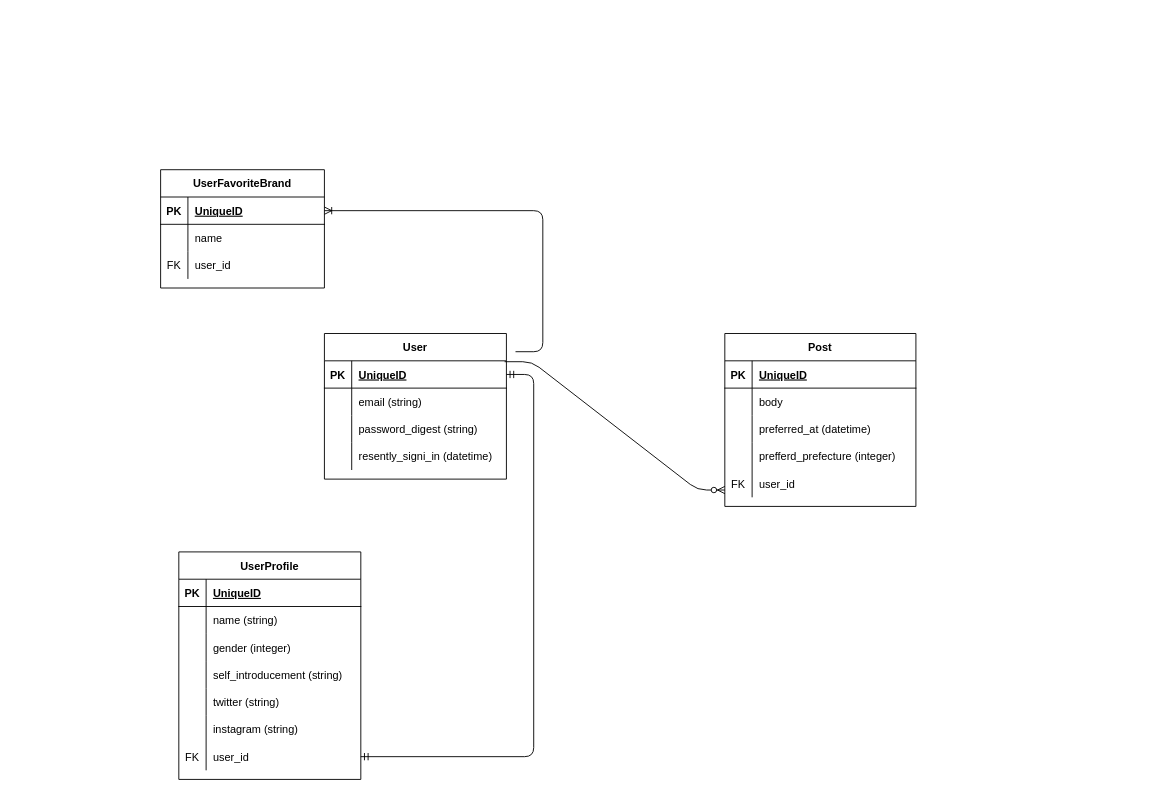
Above: er.drawio in kaze0000/Go-With-Fashion-api (draw.io), before the change. Source tidied: cells renumbered, new cells numbered last; positions are measured from the earlier drawing's top-left corner, leaving out a move shared by most shapes. Both pictures are drawn from the tidied source at 91%, with x=0, y=0 at pixel (160, 169).
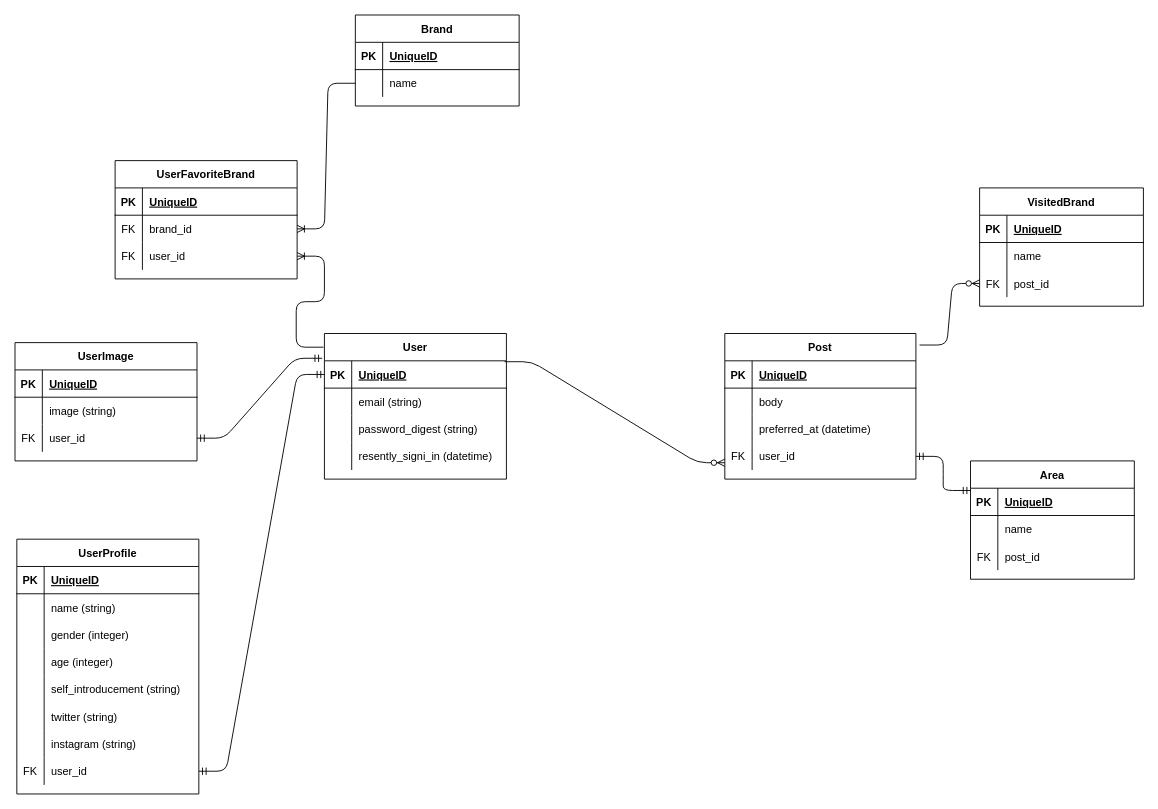
The same page after the edit.

The change refers to these unchanged cells:
```xml
<mxCell id="2" value="User" style="shape=table;startSize=30;childLayout=tableLayout;rowLines=0;fontStyle=1;align=center;" parent="1" vertex="1">
  <mxGeometry x="180" y="180" width="200" height="160" as="geometry" />
</mxCell>
<mxCell id="3" style="shape=partialRectangle;fillColor=none;top=0;left=0;bottom=1;right=0;points=[[0,0.5],[1,0.5]];portConstraint=eastwest;" parent="2" vertex="1">
  <mxGeometry y="30" width="200" height="30" as="geometry" />
</mxCell>
<mxCell id="39" style="shape=partialRectangle;fillColor=none;top=0;left=0;bottom=1;right=0;points=[[0,0.5],[1,0.5]];portConstraint=eastwest;" parent="38" vertex="1">
  <mxGeometry y="30" width="180" height="30" as="geometry" />
</mxCell>
<mxCell id="42" style="shape=partialRectangle;fillColor=none;top=0;left=0;bottom=0;right=0;points=[[0,0.5],[1,0.5]];portConstraint=eastwest;" parent="38" vertex="1">
  <mxGeometry y="60" width="180" height="30" as="geometry" />
</mxCell>
```

What changed in the source:
```diff
@@
     <mxCell id="15" value="UserProfile" style="shape=table;startSize=30;childLayout=tableLayout;rowLines=0;fontStyle=1;align=center;" parent="1" vertex="1">
-      <mxGeometry x="20" y="420" width="200" height="250" as="geometry" />
+      <mxGeometry x="-158" y="406" width="200" height="280" as="geometry" />
     </mxCell>
@@
+    <mxCell id="66" style="shape=partialRectangle;fillColor=none;top=0;left=0;bottom=0;right=0;" parent="15" vertex="1">
+      <mxGeometry y="120" width="200" height="30" as="geometry" />
+    </mxCell>
+    <mxCell id="67" style="shape=partialRectangle;fillColor=none;top=0;left=0;bottom=0;right=0;overflow=hidden;" parent="66" vertex="1">
+      <mxGeometry width="30" height="30" as="geometry" />
+    </mxCell>
+    <mxCell id="68" value="age (integer)" style="shape=partialRectangle;fillColor=none;top=0;left=0;bottom=0;right=0;align=left;spacingLeft=6;overflow=hidden;" parent="66" vertex="1">
+      <mxGeometry x="30" width="170" height="30" as="geometry" />
+    </mxCell>
     <mxCell id="25" style="shape=partialRectangle;fillColor=none;top=0;left=0;bottom=0;right=0;" parent="15" vertex="1">
-      <mxGeometry y="120" width="200" height="30" as="geometry" />
+      <mxGeometry y="150" width="200" height="30" as="geometry" />
     </mxCell>
@@
     <mxCell id="28" style="shape=partialRectangle;fillColor=none;top=0;left=0;bottom=0;right=0;" parent="15" vertex="1">
-      <mxGeometry y="150" width="200" height="30" as="geometry" />
+      <mxGeometry y="180" width="200" height="30" as="geometry" />
     </mxCell>
@@
     <mxCell id="31" style="shape=partialRectangle;fillColor=none;top=0;left=0;bottom=0;right=0;" parent="15" vertex="1">
-      <mxGeometry y="180" width="200" height="30" as="geometry" />
+      <mxGeometry y="210" width="200" height="30" as="geometry" />
     </mxCell>
@@
     <mxCell id="34" style="shape=partialRectangle;fillColor=none;top=0;left=0;bottom=0;right=0;points=[[0,0.5],[1,0.5]];portConstraint=eastwest;" parent="15" vertex="1">
-      <mxGeometry y="210" width="200" height="30" as="geometry" />
+      <mxGeometry y="240" width="200" height="30" as="geometry" />
     </mxCell>
@@
-    <mxCell id="37" style="edgeStyle=entityRelationEdgeStyle;fontSize=12;html=1;endArrow=ERmandOne;startArrow=ERmandOne;" parent="1" edge="1" source="34" target="3">
+    <mxCell id="37" style="edgeStyle=entityRelationEdgeStyle;fontSize=12;html=1;endArrow=ERmandOne;startArrow=ERmandOne;entryX=0;entryY=0.5;entryDx=0;entryDy=0;" parent="1" edge="1" source="34" target="3">
       <mxGeometry relative="1" as="geometry" />
     </mxCell>
-    <mxCell id="38" value="UserFavoriteBrand" style="shape=table;startSize=30;childLayout=tableLayout;rowLines=0;fontStyle=1;align=center;" parent="1" vertex="1">
-      <mxGeometry width="180" height="130" as="geometry" />
+    <mxCell id="38" value="Brand" style="shape=table;startSize=30;childLayout=tableLayout;rowLines=0;fontStyle=1;align=center;" parent="1" vertex="1">
+      <mxGeometry x="214" y="-170" width="180" height="100" as="geometry" />
     </mxCell>
@@
-    <mxCell id="45" style="shape=partialRectangle;fillColor=none;top=0;left=0;bottom=0;right=0;" parent="38" vertex="1">
-      <mxGeometry y="90" width="180" height="30" as="geometry" />
-    </mxCell>
-    <mxCell id="46" value="FK" style="shape=partialRectangle;fillColor=none;top=0;left=0;bottom=0;right=0;overflow=hidden;" parent="45" vertex="1">
-      <mxGeometry width="30" height="30" as="geometry" />
-    </mxCell>
-    <mxCell id="47" value="user_id" style="shape=partialRectangle;fillColor=none;top=0;left=0;bottom=0;right=0;align=left;spacingLeft=6;overflow=hidden;" parent="45" vertex="1">
-      <mxGeometry x="30" width="150" height="30" as="geometry" />
-    </mxCell>
-    <mxCell id="48" style="edgeStyle=entityRelationEdgeStyle;fontSize=12;html=1;endArrow=ERoneToMany;entryX=1;entryY=0.5;entryDx=0;entryDy=0;" parent="1" edge="1" target="39">
-      <mxGeometry relative="1" as="geometry">
-        <mxPoint x="390" y="200" as="sourcePoint" />
-      </mxGeometry>
+    <mxCell id="48" style="edgeStyle=entityRelationEdgeStyle;fontSize=12;html=1;endArrow=ERoneToMany;exitX=-0.005;exitY=0.094;exitDx=0;exitDy=0;exitPerimeter=0;" parent="1" edge="1" source="2" target="109">
+      <mxGeometry relative="1" as="geometry" />
     </mxCell>
     <mxCell id="49" value="Post" style="shape=table;startSize=30;childLayout=tableLayout;rowLines=0;fontStyle=1;align=center;" parent="1" vertex="1">
-      <mxGeometry x="620" y="180" width="210" height="190" as="geometry" />
+      <mxGeometry x="620" y="180" width="210" height="160" as="geometry" />
     </mxCell>
@@
-    <mxCell id="59" style="shape=partialRectangle;fillColor=none;top=0;left=0;bottom=0;right=0;" parent="49" vertex="1">
-      <mxGeometry y="120" width="210" height="30" as="geometry" />
-    </mxCell>
-    <mxCell id="60" style="shape=partialRectangle;fillColor=none;top=0;left=0;bottom=0;right=0;overflow=hidden;" parent="59" vertex="1">
-      <mxGeometry width="30" height="30" as="geometry" />
-    </mxCell>
-    <mxCell id="61" value="prefferd_prefecture (integer)" style="shape=partialRectangle;fillColor=none;top=0;left=0;bottom=0;right=0;align=left;spacingLeft=6;overflow=hidden;" parent="59" vertex="1">
-      <mxGeometry x="30" width="180" height="30" as="geometry" />
-    </mxCell>
     <mxCell id="62" style="shape=partialRectangle;fillColor=none;top=0;left=0;bottom=0;right=0;points=[[0,0.5],[1,0.5]];portConstraint=eastwest;" parent="49" vertex="1">
-      <mxGeometry y="150" width="210" height="30" as="geometry" />
+      <mxGeometry y="120" width="210" height="30" as="geometry" />
     </mxCell>
@@
+    <mxCell id="69" value="VisitedBrand" style="shape=table;startSize=30;childLayout=tableLayout;rowLines=0;fontStyle=1;align=center;" parent="1" vertex="1">
+      <mxGeometry x="900" y="20" width="180" height="130" as="geometry" />
+    </mxCell>
+    <mxCell id="70" style="shape=partialRectangle;fillColor=none;top=0;left=0;bottom=1;right=0;" parent="69" vertex="1">
+      <mxGeometry y="30" width="180" height="30" as="geometry" />
+    </mxCell>
+    <mxCell id="71" value="PK" style="shape=partialRectangle;fillColor=none;top=0;left=0;bottom=0;right=0;fontStyle=1;overflow=hidden;" parent="70" vertex="1">
+      <mxGeometry width="30" height="30" as="geometry" />
+    </mxCell>
+    <mxCell id="72" value="UniqueID" style="shape=partialRectangle;fillColor=none;top=0;left=0;bottom=0;right=0;align=left;spacingLeft=6;fontStyle=5;overflow=hidden;" parent="70" vertex="1">
+      <mxGeometry x="30" width="150" height="30" as="geometry" />
+    </mxCell>
+    <mxCell id="73" style="shape=partialRectangle;fillColor=none;top=0;left=0;bottom=0;right=0;" parent="69" vertex="1">
+      <mxGeometry y="60" width="180" height="30" as="geometry" />
+    </mxCell>
+    <mxCell id="74" style="shape=partialRectangle;fillColor=none;top=0;left=0;bottom=0;right=0;overflow=hidden;" parent="73" vertex="1">
+      <mxGeometry width="30" height="30" as="geometry" />
+    </mxCell>
+    <mxCell id="75" value="name" style="shape=partialRectangle;fillColor=none;top=0;left=0;bottom=0;right=0;align=left;spacingLeft=6;overflow=hidden;" parent="73" vertex="1">
+      <mxGeometry x="30" width="150" height="30" as="geometry" />
+    </mxCell>
+    <mxCell id="76" style="shape=partialRectangle;fillColor=none;top=0;left=0;bottom=0;right=0;points=[[0,0.5],[1,0.5]];portConstraint=eastwest;" parent="69" vertex="1">
+      <mxGeometry y="90" width="180" height="30" as="geometry" />
+    </mxCell>
+    <mxCell id="77" value="FK" style="shape=partialRectangle;fillColor=none;top=0;left=0;bottom=0;right=0;overflow=hidden;" parent="76" vertex="1">
+      <mxGeometry width="30" height="30" as="geometry" />
+    </mxCell>
+    <mxCell id="78" value="post_id" style="shape=partialRectangle;fillColor=none;top=0;left=0;bottom=0;right=0;align=left;spacingLeft=6;overflow=hidden;" parent="76" vertex="1">
+      <mxGeometry x="30" width="150" height="30" as="geometry" />
+    </mxCell>
+    <mxCell id="79" style="edgeStyle=entityRelationEdgeStyle;fontSize=12;html=1;endArrow=ERzeroToMany;endFill=1;entryX=0;entryY=0.5;entryDx=0;entryDy=0;exitX=1.019;exitY=0.079;exitDx=0;exitDy=0;exitPerimeter=0;" parent="1" edge="1" source="49" target="76">
+      <mxGeometry relative="1" as="geometry" />
+    </mxCell>
+    <mxCell id="80" value="Area" style="shape=table;startSize=30;childLayout=tableLayout;rowLines=0;fontStyle=1;align=center;" parent="1" vertex="1">
+      <mxGeometry x="890" y="320" width="180" height="130" as="geometry" />
+    </mxCell>
+    <mxCell id="81" style="shape=partialRectangle;fillColor=none;top=0;left=0;bottom=1;right=0;" parent="80" vertex="1">
+      <mxGeometry y="30" width="180" height="30" as="geometry" />
+    </mxCell>
+    <mxCell id="82" value="PK" style="shape=partialRectangle;fillColor=none;top=0;left=0;bottom=0;right=0;fontStyle=1;overflow=hidden;" parent="81" vertex="1">
+      <mxGeometry width="30" height="30" as="geometry" />
+    </mxCell>
+    <mxCell id="83" value="UniqueID" style="shape=partialRectangle;fillColor=none;top=0;left=0;bottom=0;right=0;align=left;spacingLeft=6;fontStyle=5;overflow=hidden;" parent="81" vertex="1">
+      <mxGeometry x="30" width="150" height="30" as="geometry" />
+    </mxCell>
+    <mxCell id="84" style="shape=partialRectangle;fillColor=none;top=0;left=0;bottom=0;right=0;" parent="80" vertex="1">
+      <mxGeometry y="60" width="180" height="30" as="geometry" />
+    </mxCell>
+    <mxCell id="85" style="shape=partialRectangle;fillColor=none;top=0;left=0;bottom=0;right=0;overflow=hidden;" parent="84" vertex="1">
+      <mxGeometry width="30" height="30" as="geometry" />
+    </mxCell>
+    <mxCell id="86" value="name" style="shape=partialRectangle;fillColor=none;top=0;left=0;bottom=0;right=0;align=left;spacingLeft=6;overflow=hidden;" parent="84" vertex="1">
+      <mxGeometry x="30" width="150" height="30" as="geometry" />
+    </mxCell>
+    <mxCell id="87" style="shape=partialRectangle;fillColor=none;top=0;left=0;bottom=0;right=0;" parent="80" vertex="1">
+      <mxGeometry y="90" width="180" height="30" as="geometry" />
+    </mxCell>
+    <mxCell id="88" value="FK" style="shape=partialRectangle;fillColor=none;top=0;left=0;bottom=0;right=0;overflow=hidden;" parent="87" vertex="1">
+      <mxGeometry width="30" height="30" as="geometry" />
+    </mxCell>
+    <mxCell id="89" value="post_id" style="shape=partialRectangle;fillColor=none;top=0;left=0;bottom=0;right=0;align=left;spacingLeft=6;overflow=hidden;" parent="87" vertex="1">
+      <mxGeometry x="30" width="150" height="30" as="geometry" />
+    </mxCell>
+    <mxCell id="90" style="edgeStyle=entityRelationEdgeStyle;fontSize=12;html=1;endArrow=ERmandOne;startArrow=ERmandOne;exitX=1;exitY=0.5;exitDx=0;exitDy=0;entryX=0;entryY=0.25;entryDx=0;entryDy=0;" parent="1" edge="1" target="80">
+      <mxGeometry relative="1" as="geometry">
+        <mxPoint x="830" y="315" as="sourcePoint" />
+      </mxGeometry>
+    </mxCell>
+    <mxCell id="91" value="UserImage" style="shape=table;startSize=30;childLayout=tableLayout;rowLines=0;fontStyle=1;align=center;" parent="1" vertex="1">
+      <mxGeometry x="-160" y="190" width="200" height="130" as="geometry" />
+    </mxCell>
+    <mxCell id="92" style="shape=partialRectangle;fillColor=none;top=0;left=0;bottom=1;right=0;" parent="91" vertex="1">
+      <mxGeometry y="30" width="200" height="30" as="geometry" />
+    </mxCell>
+    <mxCell id="93" value="PK" style="shape=partialRectangle;fillColor=none;top=0;left=0;bottom=0;right=0;fontStyle=1;overflow=hidden;" parent="92" vertex="1">
+      <mxGeometry width="30" height="30" as="geometry" />
+    </mxCell>
+    <mxCell id="94" value="UniqueID" style="shape=partialRectangle;fillColor=none;top=0;left=0;bottom=0;right=0;align=left;spacingLeft=6;fontStyle=5;overflow=hidden;" parent="92" vertex="1">
+      <mxGeometry x="30" width="170" height="30" as="geometry" />
+    </mxCell>
+    <mxCell id="95" style="shape=partialRectangle;fillColor=none;top=0;left=0;bottom=0;right=0;" parent="91" vertex="1">
+      <mxGeometry y="60" width="200" height="30" as="geometry" />
+    </mxCell>
+    <mxCell id="96" style="shape=partialRectangle;fillColor=none;top=0;left=0;bottom=0;right=0;overflow=hidden;" parent="95" vertex="1">
+      <mxGeometry width="30" height="30" as="geometry" />
+    </mxCell>
+    <mxCell id="97" value="image (string)" style="shape=partialRectangle;fillColor=none;top=0;left=0;bottom=0;right=0;align=left;spacingLeft=6;overflow=hidden;" parent="95" vertex="1">
+      <mxGeometry x="30" width="170" height="30" as="geometry" />
+    </mxCell>
+    <mxCell id="98" style="shape=partialRectangle;fillColor=none;top=0;left=0;bottom=0;right=0;points=[[0,0.5],[1,0.5]];portConstraint=eastwest;" parent="91" vertex="1">
+      <mxGeometry y="90" width="200" height="30" as="geometry" />
+    </mxCell>
+    <mxCell id="99" value="FK" style="shape=partialRectangle;fillColor=none;top=0;left=0;bottom=0;right=0;overflow=hidden;" parent="98" vertex="1">
+      <mxGeometry width="30" height="30" as="geometry" />
+    </mxCell>
+    <mxCell id="100" value="user_id" style="shape=partialRectangle;fillColor=none;top=0;left=0;bottom=0;right=0;align=left;spacingLeft=6;overflow=hidden;" parent="98" vertex="1">
+      <mxGeometry x="30" width="170" height="30" as="geometry" />
+    </mxCell>
+    <mxCell id="101" style="edgeStyle=entityRelationEdgeStyle;fontSize=12;html=1;endArrow=ERmandOne;startArrow=ERmandOne;exitX=-0.012;exitY=-0.093;exitDx=0;exitDy=0;exitPerimeter=0;" parent="1" edge="1" source="3" target="98">
+      <mxGeometry relative="1" as="geometry" />
+    </mxCell>
+    <mxCell id="102" value="UserFavoriteBrand" style="shape=table;startSize=30;childLayout=tableLayout;rowLines=0;fontStyle=1;align=center;" parent="1" vertex="1">
+      <mxGeometry x="-50" y="-10" width="200" height="130" as="geometry" />
+    </mxCell>
+    <mxCell id="103" style="shape=partialRectangle;fillColor=none;top=0;left=0;bottom=1;right=0;" parent="102" vertex="1">
+      <mxGeometry y="30" width="200" height="30" as="geometry" />
+    </mxCell>
+    <mxCell id="104" value="PK" style="shape=partialRectangle;fillColor=none;top=0;left=0;bottom=0;right=0;fontStyle=1;overflow=hidden;" parent="103" vertex="1">
+      <mxGeometry width="30" height="30" as="geometry" />
+    </mxCell>
+    <mxCell id="105" value="UniqueID" style="shape=partialRectangle;fillColor=none;top=0;left=0;bottom=0;right=0;align=left;spacingLeft=6;fontStyle=5;overflow=hidden;" parent="103" vertex="1">
+      <mxGeometry x="30" width="170" height="30" as="geometry" />
+    </mxCell>
+    <mxCell id="106" style="shape=partialRectangle;fillColor=none;top=0;left=0;bottom=0;right=0;points=[[0,0.5],[1,0.5]];portConstraint=eastwest;" parent="102" vertex="1">
+      <mxGeometry y="60" width="200" height="30" as="geometry" />
+    </mxCell>
+    <mxCell id="107" value="FK" style="shape=partialRectangle;fillColor=none;top=0;left=0;bottom=0;right=0;overflow=hidden;" parent="106" vertex="1">
+      <mxGeometry width="30" height="30" as="geometry" />
+    </mxCell>
+    <mxCell id="108" value="brand_id" style="shape=partialRectangle;fillColor=none;top=0;left=0;bottom=0;right=0;align=left;spacingLeft=6;overflow=hidden;" parent="106" vertex="1">
+      <mxGeometry x="30" width="170" height="30" as="geometry" />
+    </mxCell>
+    <mxCell id="109" style="shape=partialRectangle;fillColor=none;top=0;left=0;bottom=0;right=0;points=[[0,0.5],[1,0.5]];portConstraint=eastwest;" parent="102" vertex="1">
+      <mxGeometry y="90" width="200" height="30" as="geometry" />
+    </mxCell>
+    <mxCell id="110" value="FK" style="shape=partialRectangle;fillColor=none;top=0;left=0;bottom=0;right=0;overflow=hidden;" parent="109" vertex="1">
+      <mxGeometry width="30" height="30" as="geometry" />
+    </mxCell>
+    <mxCell id="111" value="user_id" style="shape=partialRectangle;fillColor=none;top=0;left=0;bottom=0;right=0;align=left;spacingLeft=6;overflow=hidden;" parent="109" vertex="1">
+      <mxGeometry x="30" width="170" height="30" as="geometry" />
+    </mxCell>
+    <mxCell id="112" style="edgeStyle=entityRelationEdgeStyle;fontSize=12;html=1;endArrow=ERoneToMany;exitX=0;exitY=0.5;exitDx=0;exitDy=0;entryX=1;entryY=0.5;entryDx=0;entryDy=0;" parent="1" edge="1" source="42" target="106">
+      <mxGeometry relative="1" as="geometry" />
+    </mxCell>
```
